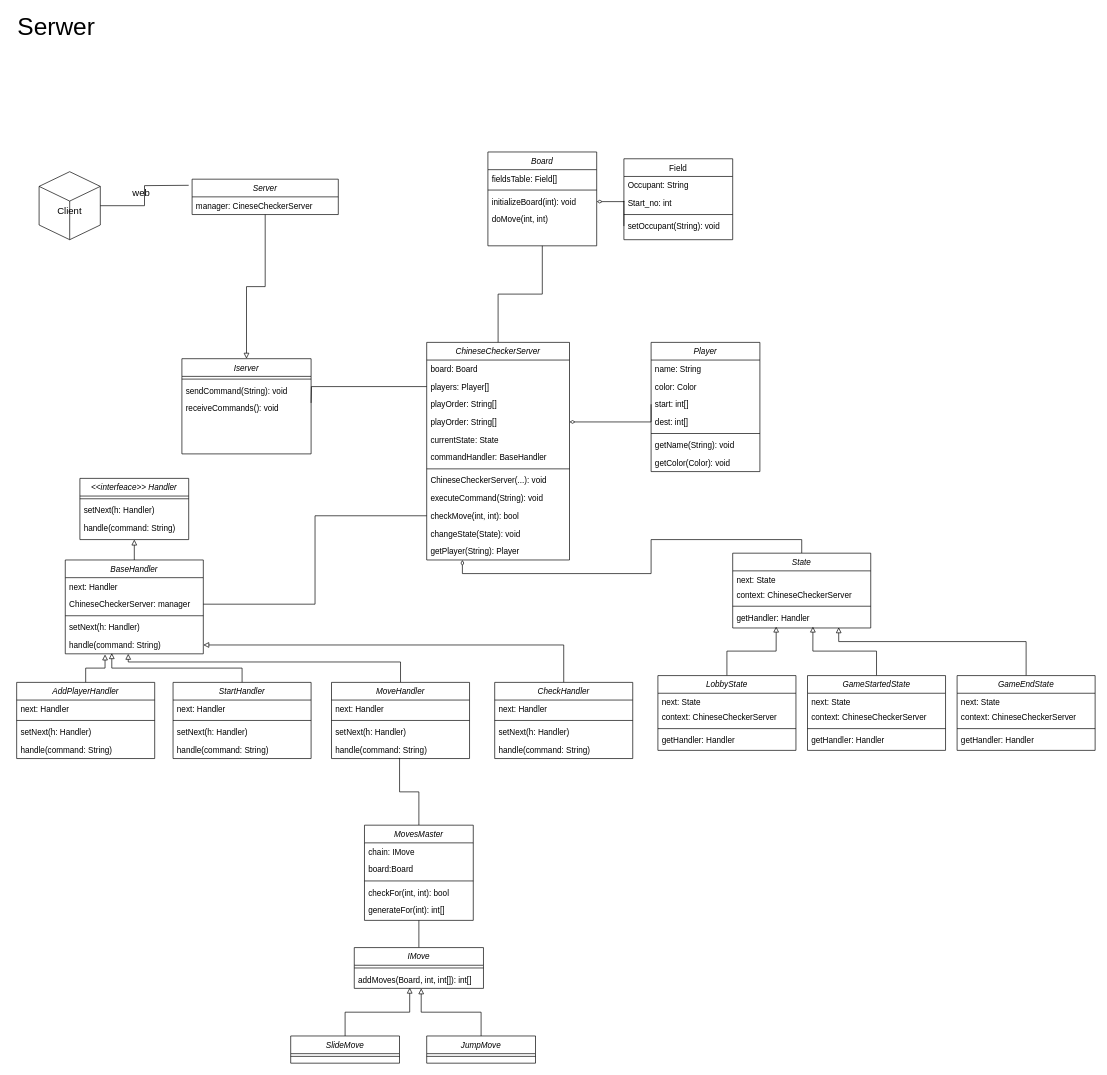
Before: page "Kopia Page-1" (2 of 2) of diagramy/SerwerClassDiagram.drawio in Muciej/Chinese-checkers, a draw.io diagram. Source tidied: cells renumbered, new cells numbered last; positions are measured from the earlier drawing's top-left corner, leaving out a move shared by most shapes. Both pictures are drawn from the tidied source at 68%, with x=0, y=0 at pixel (12, 16).
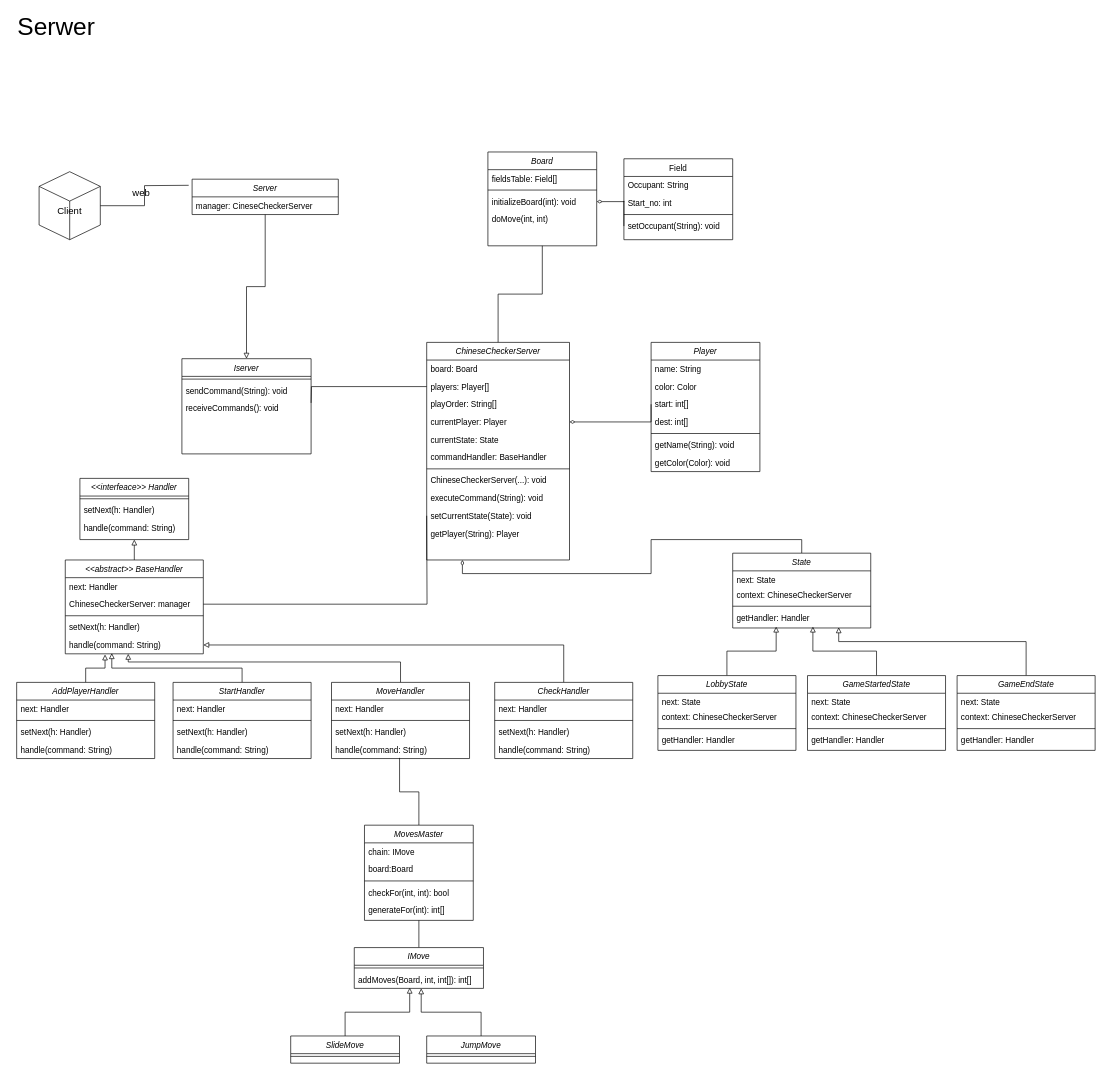
The same diagram, later.

The change refers to these unchanged cells:
```xml
<mxCell id="20" value="ChineseCheckerServer" style="swimlane;fontStyle=2;align=center;verticalAlign=top;horizontal=1;startSize=26;rounded=0;shadow=0;strokeWidth=1;" parent="1" vertex="1">
  <mxGeometry x="610" y="480" width="210" height="320" as="geometry" />
</mxCell>
<mxCell id="77" value="ChineseCheckerServer: manager" style="text;align=left;verticalAlign=top;spacingLeft=4;spacingRight=4;overflow=hidden;points=[[0,0.5],[1,0.5]];portConstraint=eastwest;rounded=0;shadow=0;html=0;" parent="75" vertex="1">
  <mxGeometry y="52" width="203" height="26" as="geometry" />
</mxCell>
```

The edit, as a diff of the source:
```diff
@@
-    <mxCell id="24" value="playOrder: String[]" style="text;align=left;verticalAlign=top;spacingLeft=4;spacingRight=4;overflow=hidden;rounded=0;shadow=0;html=0;" parent="20" vertex="1">
+    <mxCell id="24" value="currentPlayer: Player" style="text;align=left;verticalAlign=top;spacingLeft=4;spacingRight=4;overflow=hidden;rounded=0;shadow=0;html=0;" parent="20" vertex="1">
       <mxGeometry y="104" width="210" height="26" as="geometry" />
     </mxCell>
@@
-    <mxCell id="30" value="checkMove(int, int): bool" style="text;align=left;verticalAlign=top;spacingLeft=4;spacingRight=4;overflow=hidden;points=[[0,0.5],[1,0.5]];portConstraint=eastwest;rounded=0;shadow=0;html=0;" parent="20" vertex="1">
-      <mxGeometry y="242" width="210" height="26" as="geometry" />
-    </mxCell>
-    <mxCell id="31" value="changeState(State): void" style="text;align=left;verticalAlign=top;spacingLeft=4;spacingRight=4;overflow=hidden;rounded=0;shadow=0;html=0;" parent="20" vertex="1">
-      <mxGeometry y="268" width="210" height="26" as="geometry" />
+    <mxCell id="31" value="setCurrentState(State): void" style="text;align=left;verticalAlign=top;spacingLeft=4;spacingRight=4;overflow=hidden;rounded=0;shadow=0;html=0;" parent="20" vertex="1">
+      <mxGeometry y="242" width="210" height="26" as="geometry" />
     </mxCell>
     <mxCell id="32" value="getPlayer(String): Player" style="text;align=left;verticalAlign=top;spacingLeft=4;spacingRight=4;overflow=hidden;rounded=0;shadow=0;html=0;" parent="20" vertex="1">
-      <mxGeometry y="294" width="210" height="26" as="geometry" />
+      <mxGeometry y="268" width="210" height="26" as="geometry" />
     </mxCell>
@@
-    <mxCell id="75" value="BaseHandler" style="swimlane;fontStyle=2;align=center;verticalAlign=top;horizontal=1;startSize=26;rounded=0;shadow=0;strokeWidth=1;" parent="1" vertex="1">
+    <mxCell id="75" value="&lt;&lt;abstract&gt;&gt; BaseHandler" style="swimlane;fontStyle=2;align=center;verticalAlign=top;horizontal=1;startSize=26;rounded=0;shadow=0;strokeWidth=1;" parent="1" vertex="1">
       <mxGeometry x="78.5" y="800" width="203" height="138" as="geometry" />
     </mxCell>
@@
-    <mxCell id="100" style="edgeStyle=orthogonalEdgeStyle;rounded=0;jettySize=auto;html=1;exitX=1;exitY=0.5;exitDx=0;exitDy=0;entryX=0;entryY=0.5;entryDx=0;entryDy=0;endArrow=none;endFill=0;" parent="1" edge="1" source="77" target="30">
-      <mxGeometry relative="1" as="geometry" />
+    <mxCell id="100" style="edgeStyle=orthogonalEdgeStyle;rounded=0;jettySize=auto;html=1;exitX=1;exitY=0.5;exitDx=0;exitDy=0;entryX=0;entryY=0.5;entryDx=0;entryDy=0;endArrow=none;endFill=0;" parent="1" edge="1" source="77">
+      <mxGeometry relative="1" as="geometry">
+        <mxPoint x="610" y="735" as="targetPoint" />
+      </mxGeometry>
     </mxCell>
```
